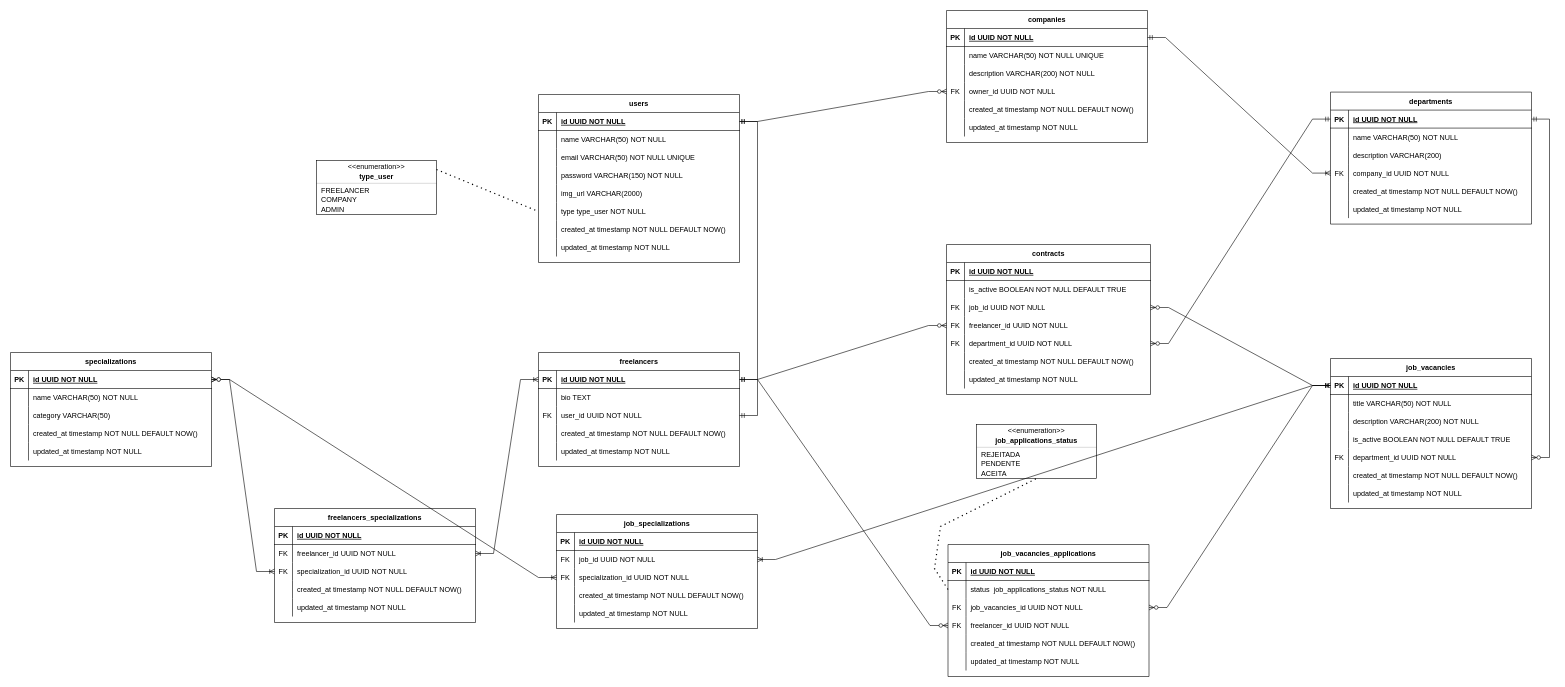
Above: HireConnect.drawio in HericlesSouza/Hire-Connect-Doc (draw.io), before the change. Source tidied: cells renumbered, new cells numbered last; positions are measured from the earlier drawing's top-left corner, leaving out a move shared by most shapes. Both pictures are drawn from the tidied source at 60%, with x=0, y=0 at pixel (10, 10).
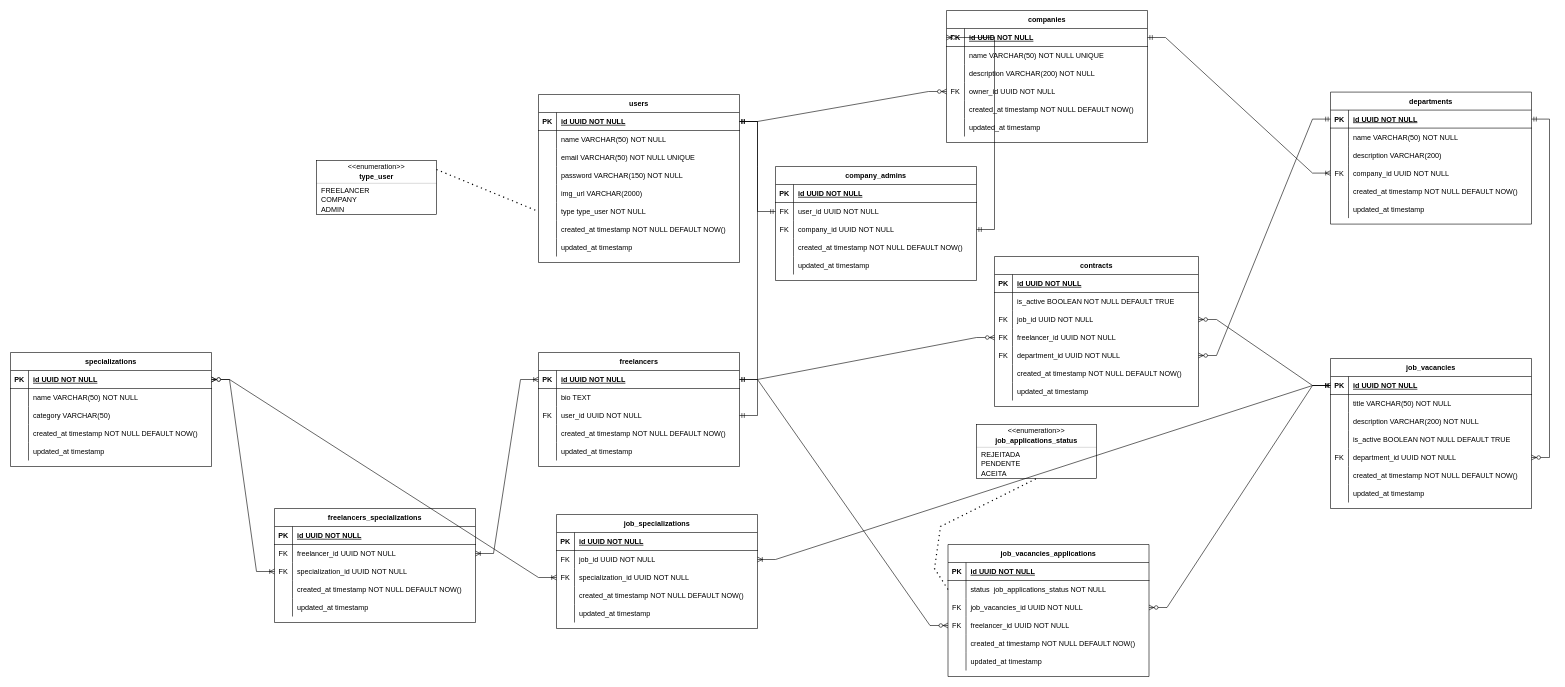
Above is the later version.

The change refers to these unchanged cells:
```xml
<mxCell id="3" style="shape=partialRectangle;fillColor=none;points=[[0,0.5],[1,0.5]];portConstraint=eastwest;top=0;left=0;right=0;bottom=1;" parent="2" vertex="1">
  <mxGeometry y="30" width="335" height="30" as="geometry" />
</mxCell>
<mxCell id="24" style="shape=partialRectangle;fillColor=none;top=0;left=0;right=0;bottom=0;" parent="2" vertex="1">
  <mxGeometry y="240" width="335" height="30" as="geometry" />
</mxCell>
<mxCell id="35" style="shape=partialRectangle;fillColor=none;points=[[0,0.5],[1,0.5]];portConstraint=eastwest;top=0;left=0;right=0;bottom=1;" parent="34" vertex="1">
  <mxGeometry y="30" width="335" height="30" as="geometry" />
</mxCell>
<mxCell id="50" style="shape=partialRectangle;fillColor=none;top=0;left=0;right=0;bottom=0;" parent="34" vertex="1">
  <mxGeometry y="180" width="335" height="30" as="geometry" />
</mxCell>
<mxCell id="69" style="shape=partialRectangle;fillColor=none;top=0;left=0;right=0;bottom=0;" parent="53" vertex="1">
  <mxGeometry y="180" width="335" height="30" as="geometry" />
</mxCell>
<mxCell id="91" style="shape=partialRectangle;fillColor=none;top=0;left=0;right=0;bottom=0;" parent="72" vertex="1">
  <mxGeometry y="210" width="335" height="30" as="geometry" />
</mxCell>
<mxCell id="107" style="shape=partialRectangle;fillColor=none;top=0;left=0;right=0;bottom=0;" parent="94" vertex="1">
  <mxGeometry y="150" width="335" height="30" as="geometry" />
</mxCell>
<mxCell id="127" style="shape=partialRectangle;fillColor=none;top=0;left=0;right=0;bottom=0;" parent="111" vertex="1">
  <mxGeometry y="180" width="335" height="30" as="geometry" />
</mxCell>
<mxCell id="161" style="shape=partialRectangle;fillColor=none;top=0;left=0;right=0;bottom=0;" parent="142" vertex="1">
  <mxGeometry y="210" width="340" height="30" as="geometry" />
</mxCell>
<mxCell id="180" style="shape=partialRectangle;fillColor=none;top=0;left=0;right=0;bottom=0;" parent="167" vertex="1">
  <mxGeometry y="150" width="335" height="30" as="geometry" />
</mxCell>
<mxCell id="196" style="shape=partialRectangle;fillColor=none;top=0;left=0;right=0;bottom=0;" parent="183" vertex="1">
  <mxGeometry y="150" width="335" height="30" as="geometry" />
</mxCell>
<mxCell id="216" style="shape=partialRectangle;fillColor=none;top=0;left=0;right=0;bottom=0;" parent="203" vertex="1">
  <mxGeometry y="150" width="335" height="30" as="geometry" />
</mxCell>
```

The edit, as a diff of the source:
```diff
@@
-    <mxCell id="26" value="updated_at timestamp NOT NULL" style="shape=partialRectangle;overflow=hidden;fillColor=none;top=0;left=0;bottom=0;right=0;align=left;spacingLeft=6;" parent="24" vertex="1">
+    <mxCell id="26" value="updated_at timestamp" style="shape=partialRectangle;overflow=hidden;fillColor=none;top=0;left=0;bottom=0;right=0;align=left;spacingLeft=6;" parent="24" vertex="1">
       <mxGeometry x="30" width="305" height="30" as="geometry" />
     </mxCell>
@@
-    <mxCell id="52" value="updated_at timestamp NOT NULL" style="shape=partialRectangle;overflow=hidden;fillColor=none;top=0;left=0;bottom=0;right=0;align=left;spacingLeft=6;" parent="50" vertex="1">
+    <mxCell id="52" value="updated_at timestamp " style="shape=partialRectangle;overflow=hidden;fillColor=none;top=0;left=0;bottom=0;right=0;align=left;spacingLeft=6;" parent="50" vertex="1">
       <mxGeometry x="30" width="305" height="30" as="geometry" />
     </mxCell>
@@
-    <mxCell id="71" value="updated_at timestamp NOT NULL" style="shape=partialRectangle;overflow=hidden;fillColor=none;top=0;left=0;bottom=0;right=0;align=left;spacingLeft=6;" parent="69" vertex="1">
+    <mxCell id="71" value="updated_at timestamp " style="shape=partialRectangle;overflow=hidden;fillColor=none;top=0;left=0;bottom=0;right=0;align=left;spacingLeft=6;" parent="69" vertex="1">
       <mxGeometry x="30" width="305" height="30" as="geometry" />
     </mxCell>
@@
-    <mxCell id="93" value="updated_at timestamp NOT NULL" style="shape=partialRectangle;overflow=hidden;fillColor=none;top=0;left=0;bottom=0;right=0;align=left;spacingLeft=6;" parent="91" vertex="1">
+    <mxCell id="93" value="updated_at timestamp" style="shape=partialRectangle;overflow=hidden;fillColor=none;top=0;left=0;bottom=0;right=0;align=left;spacingLeft=6;" parent="91" vertex="1">
       <mxGeometry x="30" width="305" height="30" as="geometry" />
     </mxCell>
@@
-    <mxCell id="109" value="updated_at timestamp NOT NULL" style="shape=partialRectangle;overflow=hidden;fillColor=none;top=0;left=0;bottom=0;right=0;align=left;spacingLeft=6;" parent="107" vertex="1">
+    <mxCell id="109" value="updated_at timestamp" style="shape=partialRectangle;overflow=hidden;fillColor=none;top=0;left=0;bottom=0;right=0;align=left;spacingLeft=6;" parent="107" vertex="1">
       <mxGeometry x="30" width="305" height="30" as="geometry" />
     </mxCell>
@@
-    <mxCell id="129" value="updated_at timestamp NOT NULL" style="shape=partialRectangle;overflow=hidden;fillColor=none;top=0;left=0;bottom=0;right=0;align=left;spacingLeft=6;" parent="127" vertex="1">
+    <mxCell id="129" value="updated_at timestamp" style="shape=partialRectangle;overflow=hidden;fillColor=none;top=0;left=0;bottom=0;right=0;align=left;spacingLeft=6;" parent="127" vertex="1">
       <mxGeometry x="30" width="305" height="30" as="geometry" />
     </mxCell>
@@
     <mxCell id="142" value="contracts" style="shape=table;startSize=30;childLayout=tableLayout;rowLines=0;fontStyle=1;align=center;" parent="1" vertex="1">
-      <mxGeometry x="1560" y="390" width="340" height="250" as="geometry" />
+      <mxGeometry x="1640" y="410" width="340" height="250" as="geometry" />
     </mxCell>
@@
-    <mxCell id="163" value="updated_at timestamp NOT NULL" style="shape=partialRectangle;overflow=hidden;fillColor=none;top=0;left=0;bottom=0;right=0;align=left;spacingLeft=6;" parent="161" vertex="1">
+    <mxCell id="163" value="updated_at timestamp" style="shape=partialRectangle;overflow=hidden;fillColor=none;top=0;left=0;bottom=0;right=0;align=left;spacingLeft=6;" parent="161" vertex="1">
       <mxGeometry x="30" width="310" height="30" as="geometry" />
     </mxCell>
@@
-    <mxCell id="182" value="updated_at timestamp NOT NULL" style="shape=partialRectangle;overflow=hidden;fillColor=none;top=0;left=0;bottom=0;right=0;align=left;spacingLeft=6;" parent="180" vertex="1">
+    <mxCell id="182" value="updated_at timestamp " style="shape=partialRectangle;overflow=hidden;fillColor=none;top=0;left=0;bottom=0;right=0;align=left;spacingLeft=6;" parent="180" vertex="1">
       <mxGeometry x="30" width="305" height="30" as="geometry" />
     </mxCell>
@@
-    <mxCell id="198" value="updated_at timestamp NOT NULL" style="shape=partialRectangle;overflow=hidden;fillColor=none;top=0;left=0;bottom=0;right=0;align=left;spacingLeft=6;" parent="196" vertex="1">
+    <mxCell id="198" value="updated_at timestamp " style="shape=partialRectangle;overflow=hidden;fillColor=none;top=0;left=0;bottom=0;right=0;align=left;spacingLeft=6;" parent="196" vertex="1">
       <mxGeometry x="30" width="305" height="30" as="geometry" />
     </mxCell>
@@
-    <mxCell id="218" value="updated_at timestamp NOT NULL" style="shape=partialRectangle;overflow=hidden;fillColor=none;top=0;left=0;bottom=0;right=0;align=left;spacingLeft=6;" parent="216" vertex="1">
+    <mxCell id="218" value="updated_at timestamp " style="shape=partialRectangle;overflow=hidden;fillColor=none;top=0;left=0;bottom=0;right=0;align=left;spacingLeft=6;" parent="216" vertex="1">
       <mxGeometry x="30" width="305" height="30" as="geometry" />
     </mxCell>
@@
+    <mxCell id="221" value="company_admins" style="shape=table;startSize=30;childLayout=tableLayout;rowLines=0;fontStyle=1;align=center;" parent="1" vertex="1">
+      <mxGeometry x="1275" y="260" width="335" height="190" as="geometry" />
+    </mxCell>
+    <mxCell id="222" style="shape=partialRectangle;fillColor=none;top=0;left=0;right=0;bottom=1;" parent="221" vertex="1">
+      <mxGeometry y="30" width="335" height="30" as="geometry" />
+    </mxCell>
+    <mxCell id="223" value="PK" style="shape=partialRectangle;overflow=hidden;fillColor=none;top=0;left=0;bottom=0;right=0;fontStyle=1;" parent="222" vertex="1">
+      <mxGeometry width="30" height="30" as="geometry" />
+    </mxCell>
+    <mxCell id="224" value="id UUID NOT NULL " style="shape=partialRectangle;overflow=hidden;fillColor=none;top=0;left=0;bottom=0;right=0;align=left;spacingLeft=6;fontStyle=5;" parent="222" vertex="1">
+      <mxGeometry x="30" width="305" height="30" as="geometry" />
+    </mxCell>
+    <mxCell id="225" style="shape=partialRectangle;fillColor=none;points=[[0,0.5],[1,0.5]];portConstraint=eastwest;top=0;left=0;right=0;bottom=0;" parent="221" vertex="1">
+      <mxGeometry y="60" width="335" height="30" as="geometry" />
+    </mxCell>
+    <mxCell id="226" value="FK" style="shape=partialRectangle;overflow=hidden;fillColor=none;top=0;left=0;bottom=0;right=0;" parent="225" vertex="1">
+      <mxGeometry width="30" height="30" as="geometry" />
+    </mxCell>
+    <mxCell id="227" value="user_id UUID NOT NULL" style="shape=partialRectangle;overflow=hidden;fillColor=none;top=0;left=0;bottom=0;right=0;align=left;spacingLeft=6;" parent="225" vertex="1">
+      <mxGeometry x="30" width="305" height="30" as="geometry" />
+    </mxCell>
+    <mxCell id="228" style="shape=partialRectangle;fillColor=none;points=[[0,0.5],[1,0.5]];portConstraint=eastwest;top=0;left=0;right=0;bottom=0;" parent="221" vertex="1">
+      <mxGeometry y="90" width="335" height="30" as="geometry" />
+    </mxCell>
+    <mxCell id="229" value="FK" style="shape=partialRectangle;overflow=hidden;fillColor=none;top=0;left=0;bottom=0;right=0;" parent="228" vertex="1">
+      <mxGeometry width="30" height="30" as="geometry" />
+    </mxCell>
+    <mxCell id="230" value="company_id UUID NOT NULL" style="shape=partialRectangle;overflow=hidden;fillColor=none;top=0;left=0;bottom=0;right=0;align=left;spacingLeft=6;" parent="228" vertex="1">
+      <mxGeometry x="30" width="305" height="30" as="geometry" />
+    </mxCell>
+    <mxCell id="231" style="shape=partialRectangle;fillColor=none;top=0;left=0;right=0;bottom=0;" parent="221" vertex="1">
+      <mxGeometry y="120" width="335" height="30" as="geometry" />
+    </mxCell>
+    <mxCell id="232" style="shape=partialRectangle;overflow=hidden;fillColor=none;top=0;left=0;bottom=0;right=0;" parent="231" vertex="1">
+      <mxGeometry width="30" height="30" as="geometry" />
+    </mxCell>
+    <mxCell id="233" value="created_at timestamp NOT NULL DEFAULT NOW()" style="shape=partialRectangle;overflow=hidden;fillColor=none;top=0;left=0;bottom=0;right=0;align=left;spacingLeft=6;" parent="231" vertex="1">
+      <mxGeometry x="30" width="305" height="30" as="geometry" />
+    </mxCell>
+    <mxCell id="234" style="shape=partialRectangle;fillColor=none;top=0;left=0;right=0;bottom=0;" parent="221" vertex="1">
+      <mxGeometry y="150" width="335" height="30" as="geometry" />
+    </mxCell>
+    <mxCell id="235" style="shape=partialRectangle;overflow=hidden;fillColor=none;top=0;left=0;bottom=0;right=0;" parent="234" vertex="1">
+      <mxGeometry width="30" height="30" as="geometry" />
+    </mxCell>
+    <mxCell id="236" value="updated_at timestamp " style="shape=partialRectangle;overflow=hidden;fillColor=none;top=0;left=0;bottom=0;right=0;align=left;spacingLeft=6;" parent="234" vertex="1">
+      <mxGeometry x="30" width="305" height="30" as="geometry" />
+    </mxCell>
+    <mxCell id="237" style="edgeStyle=entityRelationEdgeStyle;fontSize=12;html=1;endArrow=ERzeroToMany;startArrow=ERmandOne;rounded=0;entryX=0;entryY=0.5;entryDx=0;entryDy=0;" parent="1" edge="1" source="228" target="35">
+      <mxGeometry relative="1" as="geometry" />
+    </mxCell>
+    <mxCell id="238" style="edgeStyle=entityRelationEdgeStyle;fontSize=12;html=1;endArrow=ERmandOne;startArrow=ERmandOne;rounded=0;exitX=1;exitY=0.5;exitDx=0;exitDy=0;entryX=0;entryY=0.5;entryDx=0;entryDy=0;" parent="1" edge="1" source="3" target="225">
+      <mxGeometry relative="1" as="geometry" />
+    </mxCell>
```
